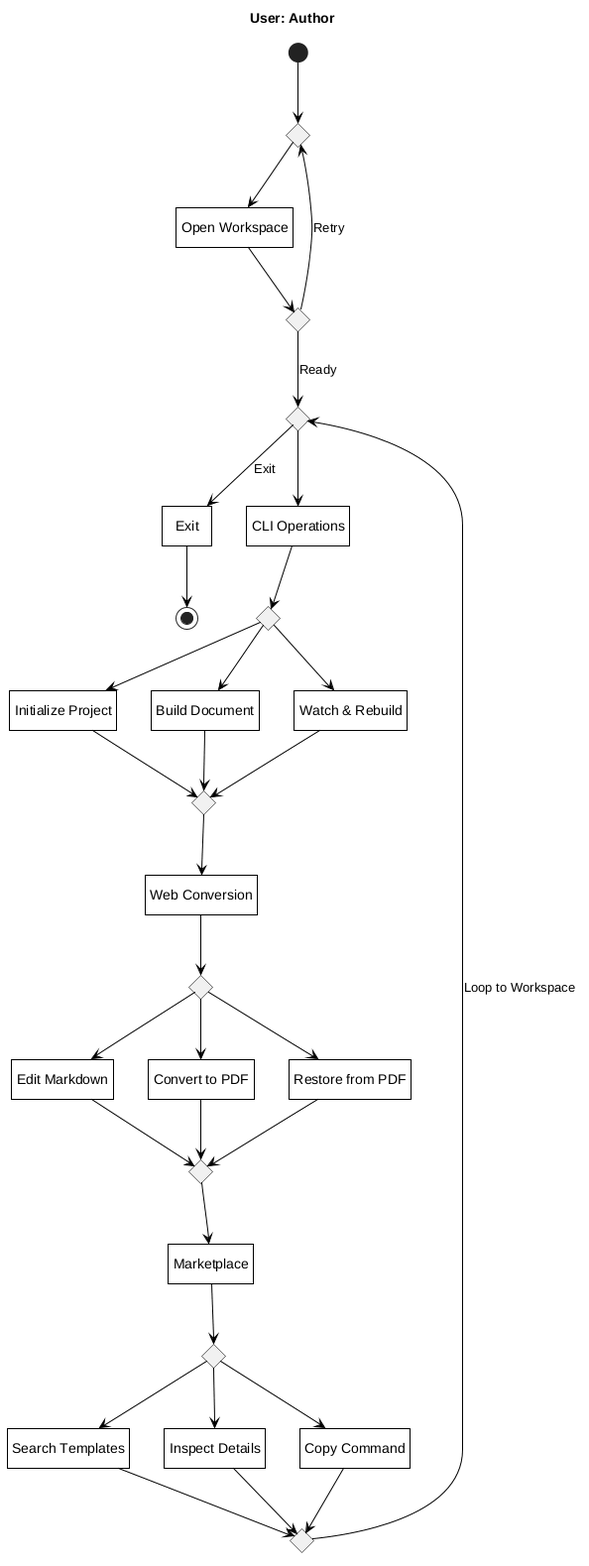
Litho-MD/uet-fyp-docs keeps this PlantUML diagram as Figures/state-machine/state-user-author.png. Above is the earlier version. The source it was exported from:
```plantuml
@startuml state-user-author
title User: Author

hide empty description

skinparam monochrome true
skinparam backgroundColor white
skinparam shadowing false
skinparam defaultTextAlignment center
skinparam roundCorner 0
skinparam ArrowColor black
skinparam defaultFontColor black
skinparam stateBorderThickness 1
skinparam state {
    BackgroundColor white
    BorderColor black
    FontColor black
}

state c_start <<choice>>
state "Open Workspace" as open_ws
state c_auth <<choice>>
state c_menu <<choice>>
state "Exit" as exit_ws

[*] --> c_start
c_start --> open_ws
open_ws --> c_auth
c_auth --> c_menu : Ready
c_auth --> c_start : Retry

c_menu --> exit_ws : Exit
exit_ws --> [*]

state "CLI Operations" as feat1
state c_f1 <<choice>>
state "Initialize Project" as f1_1
state "Build Document" as f1_2
state "Watch & Rebuild" as f1_3
state c_f1_m <<choice>>

c_menu --> feat1
feat1 --> c_f1
c_f1 --> f1_1
c_f1 --> f1_2
c_f1 --> f1_3
f1_1 --> c_f1_m
f1_2 --> c_f1_m
f1_3 --> c_f1_m

state "Web Conversion" as feat2
state c_f2 <<choice>>
state "Edit Markdown" as f2_1
state "Convert to PDF" as f2_2
state "Restore from PDF" as f2_3
state c_f2_m <<choice>>

c_f1_m --> feat2
feat2 --> c_f2
c_f2 --> f2_1
c_f2 --> f2_2
c_f2 --> f2_3
f2_1 --> c_f2_m
f2_2 --> c_f2_m
f2_3 --> c_f2_m

state "Marketplace" as feat3
state c_f3 <<choice>>
state "Search Templates" as f3_1
state "Inspect Details" as f3_2
state "Copy Command" as f3_3
state c_f3_m <<choice>>

c_f2_m --> feat3
feat3 --> c_f3
c_f3 --> f3_1
c_f3 --> f3_2
c_f3 --> f3_3
f3_1 --> c_f3_m
f3_2 --> c_f3_m
f3_3 --> c_f3_m

c_f3_m --> c_menu : Loop to Workspace

@enduml
```
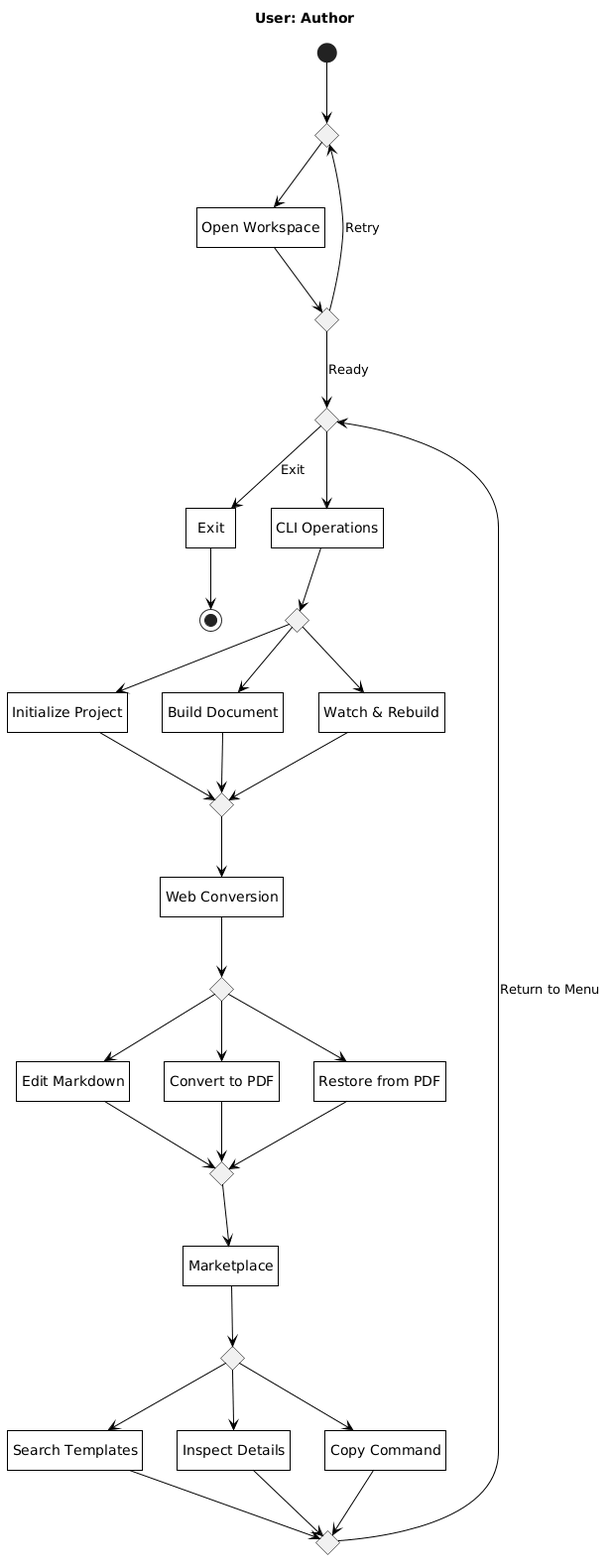
Later version of the same file.

Diff of the diagram source:
```diff
@@ -1,4 +1,4 @@
-@startuml state-user-author
+@startuml
 title User: Author
 
 hide empty description
@@ -80,6 +80,5 @@
 f3_2 --> c_f3_m
 f3_3 --> c_f3_m
 
-c_f3_m --> c_menu : Loop to Workspace
-
+c_f3_m --> c_menu : Return to Menu
 @enduml
```
